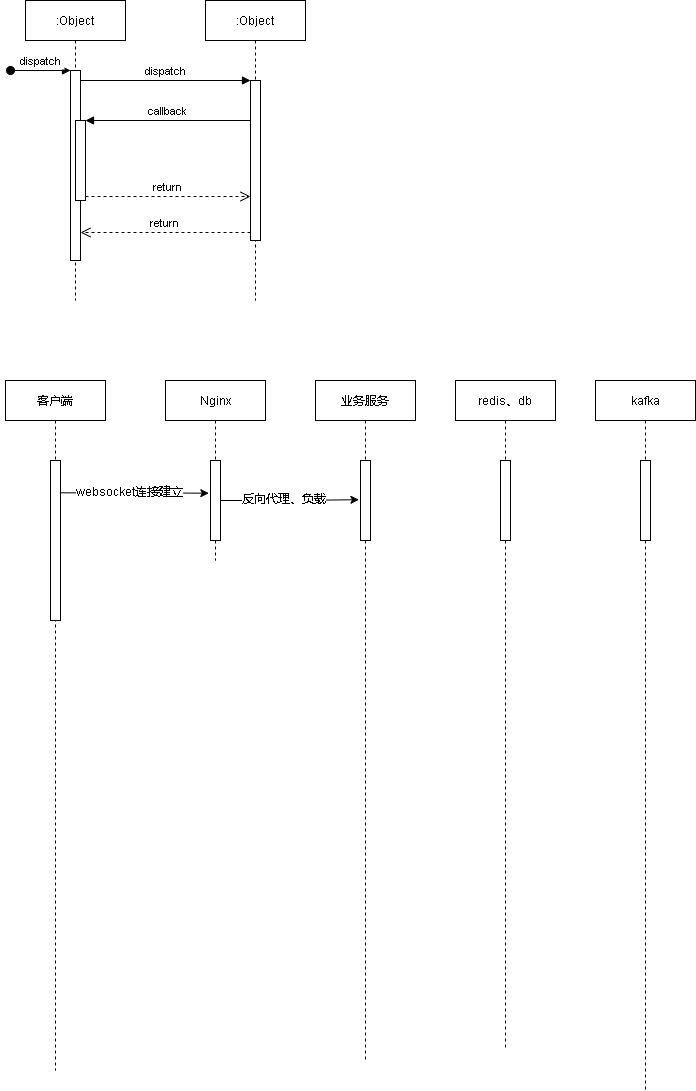
Before: cgopro关键业务.drawio.png, a diagram exported from draw.io (xktder/draw). Source tidied: cells renumbered, new cells last; positions are measured from the earlier drawing's top-left corner, leaving out a move shared by most shapes.
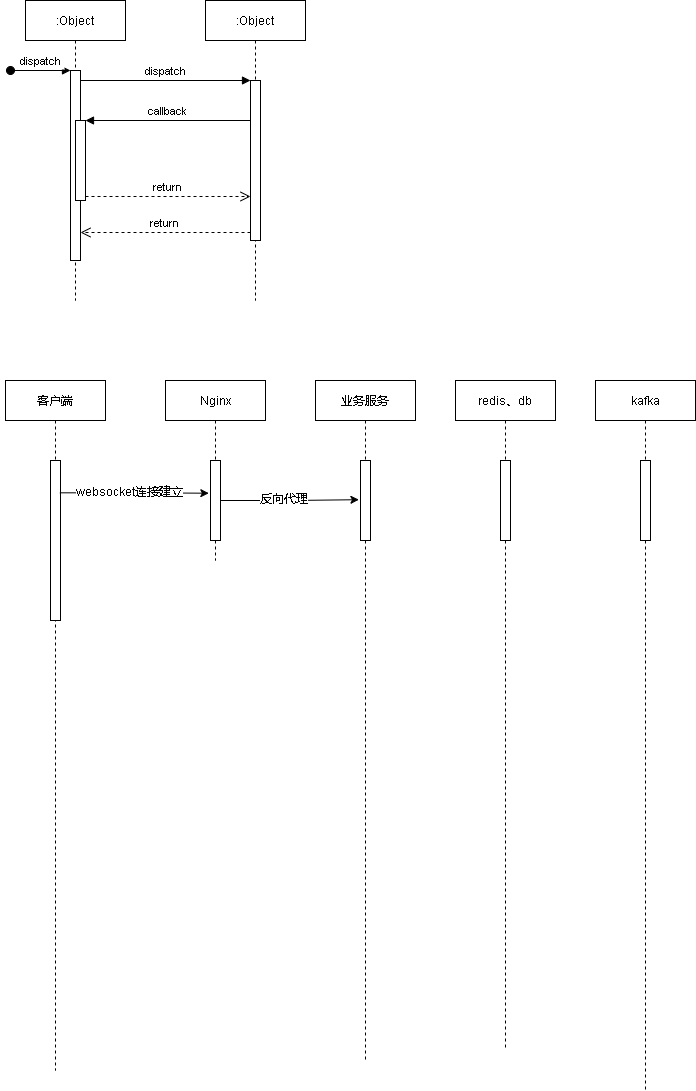
Later version of the same file.

Commit message:
更新cgopro关键业务.drawio.png

Diff of the diagram source:
```diff
@@ -73,7 +73,7 @@
     <mxCell id="24" style="edgeStyle=orthogonalEdgeStyle;rounded=0;jettySize=auto;html=1;entryX=-0.157;entryY=0.49;entryDx=0;entryDy=0;entryPerimeter=0;" parent="1" edge="1" source="15" target="17">
       <mxGeometry relative="1" as="geometry" />
     </mxCell>
-    <mxCell id="25" value="反向代理、负载" style="edgeLabel;html=1;align=center;verticalAlign=middle;" parent="24" vertex="1">
+    <mxCell id="25" value="反向代理" style="edgeLabel;html=1;align=center;verticalAlign=middle;" parent="24" vertex="1">
       <mxGeometry x="-0.1" y="1" relative="1" as="geometry" />
     </mxCell>
   </root>
```
